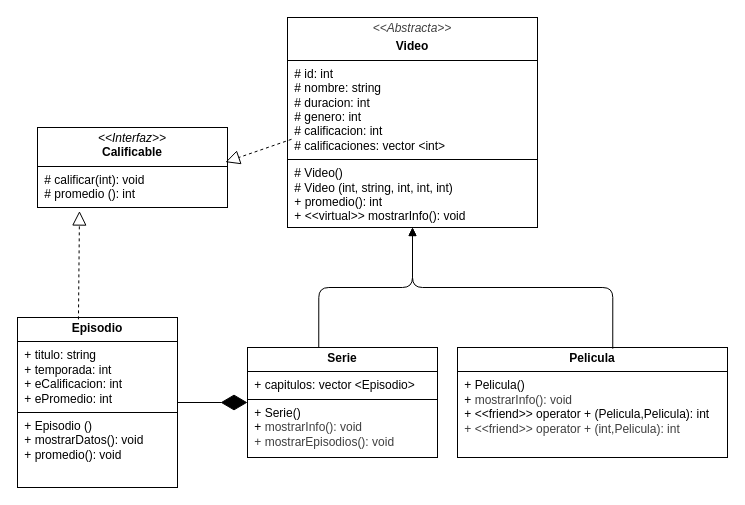
The draw.io diagram uml.drawio in a01803027/ProyectofinalRegiJin, before the edit. Source tidied: cells renumbered, new cells numbered last; positions are measured from the earlier drawing's top-left corner, leaving out a move shared by most shapes. Both pictures are drawn from the tidied source at 100%, with x=0, y=0 at pixel (17, 17).
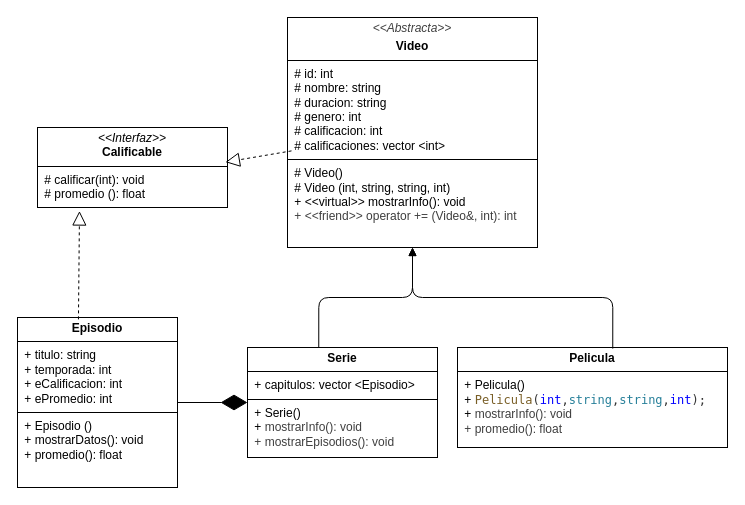
The same diagram, later.

Change to the diagram source:
```diff
@@
 <mxGraphModel>
   <root>
     <mxCell id="0" />
     <mxCell id="1" parent="0" />
-    <mxCell id="2" value="&lt;p style=&quot;margin:0px;margin-top:4px;text-align:center;&quot;&gt;&lt;i&gt;&amp;lt;&amp;lt;Interfaz&amp;gt;&amp;gt;&lt;/i&gt;&lt;br&gt;&lt;b&gt;Calificable&lt;/b&gt;&lt;/p&gt;&lt;hr size=&quot;1&quot; style=&quot;border-style:solid;&quot;&gt;&lt;p style=&quot;margin:0px;margin-left:4px;&quot;&gt;&amp;nbsp;# calificar(int): void&lt;br&gt;&amp;nbsp;# promedio (): int&lt;/p&gt;" style="verticalAlign=top;align=left;overflow=fill;html=1;whiteSpace=wrap;" parent="1" vertex="1">
+    <mxCell id="2" value="&lt;p style=&quot;margin:0px;margin-top:4px;text-align:center;&quot;&gt;&lt;i&gt;&amp;lt;&amp;lt;Interfaz&amp;gt;&amp;gt;&lt;/i&gt;&lt;br&gt;&lt;b&gt;Calificable&lt;/b&gt;&lt;/p&gt;&lt;hr size=&quot;1&quot; style=&quot;border-style:solid;&quot;&gt;&lt;p style=&quot;margin:0px;margin-left:4px;&quot;&gt;&amp;nbsp;# calificar(int): void&lt;br&gt;&amp;nbsp;# promedio (): float&lt;/p&gt;" style="verticalAlign=top;align=left;overflow=fill;html=1;whiteSpace=wrap;" parent="1" vertex="1">
       <mxGeometry x="20" y="110" width="190" height="80" as="geometry" />
     </mxCell>
-    <mxCell id="3" value="&lt;p style=&quot;margin:0px;margin-top:4px;text-align:center;&quot;&gt;&lt;i style=&quot;background-color: transparent; color: rgb(63, 63, 63); scrollbar-color: light-dark(#e2e2e2, #4b4b4b)&lt;br/&gt;&#9;&#9;&#9;&#9;&#9;light-dark(#fbfbfb, var(--dark-panel-color));&quot;&gt;&amp;lt;&amp;lt;Abstracta&amp;gt;&amp;gt;&lt;/i&gt;&lt;/p&gt;&lt;p style=&quot;margin:0px;margin-top:4px;text-align:center;&quot;&gt;&lt;b&gt;Video&lt;/b&gt;&lt;/p&gt;&lt;hr size=&quot;1&quot; style=&quot;border-style:solid;&quot;&gt;&lt;p style=&quot;margin:0px;margin-left:4px;&quot;&gt;&amp;nbsp;# id: int&lt;/p&gt;&lt;p style=&quot;margin:0px;margin-left:4px;&quot;&gt;&amp;nbsp;# nombre: string&lt;/p&gt;&lt;p style=&quot;margin:0px;margin-left:4px;&quot;&gt;&amp;nbsp;# duracion: int&lt;/p&gt;&lt;p style=&quot;margin:0px;margin-left:4px;&quot;&gt;&amp;nbsp;# genero: int&lt;/p&gt;&lt;p style=&quot;margin:0px;margin-left:4px;&quot;&gt;&amp;nbsp;# calificacion: int&lt;/p&gt;&lt;p style=&quot;margin:0px;margin-left:4px;&quot;&gt;&amp;nbsp;# calificaciones: vector &amp;lt;int&amp;gt;&lt;/p&gt;&lt;hr size=&quot;1&quot; style=&quot;border-style:solid;&quot;&gt;&lt;p style=&quot;margin:0px;margin-left:4px;&quot;&gt;&amp;nbsp;# Video()&lt;/p&gt;&lt;p style=&quot;margin:0px;margin-left:4px;&quot;&gt;&amp;nbsp;# Video (int, string, int, int, int)&lt;/p&gt;&lt;p style=&quot;margin:0px;margin-left:4px;&quot;&gt;&amp;nbsp;+ promedio(): int&lt;/p&gt;&lt;p style=&quot;margin:0px;margin-left:4px;&quot;&gt;&amp;nbsp;+ &amp;lt;&amp;lt;virtual&amp;gt;&amp;gt; mostrarInfo(): void&lt;/p&gt;&lt;p style=&quot;margin:0px;margin-left:4px;&quot;&gt;&lt;br&gt;&lt;/p&gt;" style="verticalAlign=top;align=left;overflow=fill;html=1;whiteSpace=wrap;" parent="1" vertex="1">
-      <mxGeometry x="270" width="250" height="210" as="geometry" />
+    <mxCell id="3" value="&lt;p style=&quot;margin:0px;margin-top:4px;text-align:center;&quot;&gt;&lt;i style=&quot;background-color: transparent; color: rgb(63, 63, 63); scrollbar-color: light-dark(#e2e2e2, #4b4b4b)&lt;br/&gt;&#9;&#9;&#9;&#9;&#9;light-dark(#fbfbfb, var(--dark-panel-color));&quot;&gt;&amp;lt;&amp;lt;Abstracta&amp;gt;&amp;gt;&lt;/i&gt;&lt;/p&gt;&lt;p style=&quot;margin:0px;margin-top:4px;text-align:center;&quot;&gt;&lt;b&gt;Video&lt;/b&gt;&lt;/p&gt;&lt;hr size=&quot;1&quot; style=&quot;border-style:solid;&quot;&gt;&lt;p style=&quot;margin:0px;margin-left:4px;&quot;&gt;&amp;nbsp;# id: int&lt;/p&gt;&lt;p style=&quot;margin:0px;margin-left:4px;&quot;&gt;&amp;nbsp;# nombre: string&lt;/p&gt;&lt;p style=&quot;margin:0px;margin-left:4px;&quot;&gt;&amp;nbsp;# duracion: string&lt;/p&gt;&lt;p style=&quot;margin:0px;margin-left:4px;&quot;&gt;&amp;nbsp;# genero: int&lt;/p&gt;&lt;p style=&quot;margin:0px;margin-left:4px;&quot;&gt;&amp;nbsp;# calificacion: int&lt;/p&gt;&lt;p style=&quot;margin:0px;margin-left:4px;&quot;&gt;&amp;nbsp;# calificaciones: vector &amp;lt;int&amp;gt;&lt;/p&gt;&lt;hr size=&quot;1&quot; style=&quot;border-style:solid;&quot;&gt;&lt;p style=&quot;margin:0px;margin-left:4px;&quot;&gt;&amp;nbsp;# Video()&lt;/p&gt;&lt;p style=&quot;margin:0px;margin-left:4px;&quot;&gt;&amp;nbsp;# Video (int, string, string, int)&lt;/p&gt;&lt;p style=&quot;margin:0px;margin-left:4px;&quot;&gt;&amp;nbsp;+ &amp;lt;&amp;lt;virtual&amp;gt;&amp;gt; mostrarInfo(): void&lt;/p&gt;&lt;p style=&quot;margin:0px;margin-left:4px;&quot;&gt;&amp;nbsp;&lt;span style=&quot;color: rgb(63, 63, 63); background-color: transparent;&quot;&gt;+ &amp;lt;&amp;lt;friend&amp;gt;&amp;gt; operator += (Video&amp;amp;, int): int&lt;/span&gt;&lt;/p&gt;" style="verticalAlign=top;align=left;overflow=fill;html=1;whiteSpace=wrap;" parent="1" vertex="1">
+      <mxGeometry x="270" width="250" height="230" as="geometry" />
     </mxCell>
-    <mxCell id="4" value="&lt;p style=&quot;margin:0px;margin-top:4px;text-align:center;&quot;&gt;&lt;b&gt;Episodio&lt;/b&gt;&lt;/p&gt;&lt;hr size=&quot;1&quot; style=&quot;border-style:solid;&quot;&gt;&lt;p style=&quot;margin:0px;margin-left:4px;&quot;&gt;&amp;nbsp;&lt;span style=&quot;background-color: transparent;&quot;&gt;+ titulo: string&lt;/span&gt;&lt;/p&gt;&lt;p style=&quot;margin:0px;margin-left:4px;&quot;&gt;&lt;span style=&quot;background-color: transparent;&quot;&gt;&amp;nbsp;+ temporada: int&lt;/span&gt;&lt;/p&gt;&lt;p style=&quot;margin:0px;margin-left:4px;&quot;&gt;&amp;nbsp;+ eCalificacion: int&lt;/p&gt;&lt;p style=&quot;margin:0px;margin-left:4px;&quot;&gt;&amp;nbsp;+ ePromedio: int&lt;/p&gt;&lt;hr size=&quot;1&quot; style=&quot;border-style:solid;&quot;&gt;&lt;p style=&quot;margin:0px;margin-left:4px;&quot;&gt;&amp;nbsp;+ Episodio ()&lt;/p&gt;&lt;p style=&quot;margin:0px;margin-left:4px;&quot;&gt;&amp;nbsp;+ mostrarDatos(): void&lt;/p&gt;&lt;p style=&quot;margin:0px;margin-left:4px;&quot;&gt;&amp;nbsp;+ promedio(): void&lt;/p&gt;" style="verticalAlign=top;align=left;overflow=fill;html=1;whiteSpace=wrap;" parent="1" vertex="1">
+    <mxCell id="4" value="&lt;p style=&quot;margin:0px;margin-top:4px;text-align:center;&quot;&gt;&lt;b&gt;Episodio&lt;/b&gt;&lt;/p&gt;&lt;hr size=&quot;1&quot; style=&quot;border-style:solid;&quot;&gt;&lt;p style=&quot;margin:0px;margin-left:4px;&quot;&gt;&amp;nbsp;&lt;span style=&quot;background-color: transparent;&quot;&gt;+ titulo: string&lt;/span&gt;&lt;/p&gt;&lt;p style=&quot;margin:0px;margin-left:4px;&quot;&gt;&lt;span style=&quot;background-color: transparent;&quot;&gt;&amp;nbsp;+ temporada: int&lt;/span&gt;&lt;/p&gt;&lt;p style=&quot;margin:0px;margin-left:4px;&quot;&gt;&amp;nbsp;+ eCalificacion: int&lt;/p&gt;&lt;p style=&quot;margin:0px;margin-left:4px;&quot;&gt;&amp;nbsp;+ ePromedio: int&lt;/p&gt;&lt;hr size=&quot;1&quot; style=&quot;border-style:solid;&quot;&gt;&lt;p style=&quot;margin:0px;margin-left:4px;&quot;&gt;&amp;nbsp;+ Episodio ()&lt;/p&gt;&lt;p style=&quot;margin:0px;margin-left:4px;&quot;&gt;&amp;nbsp;+ mostrarDatos(): void&lt;/p&gt;&lt;p style=&quot;margin:0px;margin-left:4px;&quot;&gt;&amp;nbsp;+ promedio(): float&lt;/p&gt;" style="verticalAlign=top;align=left;overflow=fill;html=1;whiteSpace=wrap;" parent="1" vertex="1">
       <mxGeometry y="300" width="160" height="170" as="geometry" />
     </mxCell>
     <mxCell id="5" value="&lt;p style=&quot;margin:0px;margin-top:4px;text-align:center;&quot;&gt;&lt;b&gt;Serie&lt;/b&gt;&lt;/p&gt;&lt;hr size=&quot;1&quot; style=&quot;border-style:solid;&quot;&gt;&lt;p style=&quot;margin:0px;margin-left:4px;&quot;&gt;&amp;nbsp;+ capitulos: vector &amp;lt;Episodio&amp;gt;&lt;/p&gt;&lt;hr size=&quot;1&quot; style=&quot;border-style:solid;&quot;&gt;&lt;p style=&quot;margin:0px;margin-left:4px;&quot;&gt;&amp;nbsp;+ Serie()&lt;/p&gt;&lt;p style=&quot;margin:0px;margin-left:4px;&quot;&gt;&lt;span style=&quot;background-color: transparent;&quot;&gt;&amp;nbsp;+&amp;nbsp;&lt;/span&gt;&lt;span style=&quot;background-color: transparent; color: rgb(63, 63, 63);&quot;&gt;mostrarInfo(): void&lt;/span&gt;&lt;/p&gt;&lt;p style=&quot;margin:0px;margin-left:4px;&quot;&gt;&lt;span style=&quot;background-color: transparent; color: rgb(63, 63, 63);&quot;&gt;&amp;nbsp;+ mostrarEpisodios(): void&lt;/span&gt;&lt;/p&gt;" style="verticalAlign=top;align=left;overflow=fill;html=1;whiteSpace=wrap;" parent="1" vertex="1">
       <mxGeometry x="230" y="330" width="190" height="110" as="geometry" />
     </mxCell>
-    <mxCell id="6" value="&lt;p style=&quot;margin:0px;margin-top:4px;text-align:center;&quot;&gt;&lt;b&gt;Pelicula&lt;/b&gt;&lt;/p&gt;&lt;hr size=&quot;1&quot; style=&quot;border-style:solid;&quot;&gt;&lt;p style=&quot;margin:0px;margin-left:4px;&quot;&gt;&lt;/p&gt;&lt;p style=&quot;margin:0px;margin-left:4px;&quot;&gt;&amp;nbsp;+ Pelicula()&lt;/p&gt;&lt;p style=&quot;margin:0px;margin-left:4px;&quot;&gt;&amp;nbsp;+&amp;nbsp;&lt;span style=&quot;color: rgb(63, 63, 63); background-color: transparent;&quot;&gt;mostrarInfo(): void&lt;/span&gt;&lt;/p&gt;&lt;p style=&quot;scrollbar-color: light-dark(#e2e2e2, #4b4b4b)&lt;br/&gt;&#9;&#9;&#9;&#9;&#9;light-dark(#fbfbfb, var(--dark-panel-color)); margin: 0px 0px 0px 4px;&quot;&gt;&amp;nbsp;+ &amp;lt;&amp;lt;friend&amp;gt;&amp;gt; operator + (Pelicula,Pelicula): int&lt;/p&gt;&lt;p style=&quot;margin:0px;margin-left:4px;&quot;&gt;&lt;span style=&quot;background-color: transparent; color: rgb(63, 63, 63);&quot;&gt;&lt;/span&gt;&lt;/p&gt;&lt;p style=&quot;scrollbar-color: light-dark(#e2e2e2, #4b4b4b)&lt;br/&gt;&#9;&#9;&#9;&#9;&#9;light-dark(#fbfbfb, var(--dark-panel-color)); margin: 0px 0px 0px 4px;&quot;&gt;&lt;span style=&quot;scrollbar-color: light-dark(#e2e2e2, #4b4b4b)&lt;br/&gt;&#9;&#9;&#9;&#9;&#9;light-dark(#fbfbfb, var(--dark-panel-color)); color: rgb(63, 63, 63);&quot;&gt;&amp;nbsp;+ &amp;lt;&amp;lt;friend&amp;gt;&amp;gt; operator + (int,Pelicula): int&lt;/span&gt;&lt;/p&gt;" style="verticalAlign=top;align=left;overflow=fill;html=1;whiteSpace=wrap;" parent="1" vertex="1">
-      <mxGeometry x="440" y="330" width="270" height="110" as="geometry" />
+    <mxCell id="6" value="&lt;p style=&quot;margin:0px;margin-top:4px;text-align:center;&quot;&gt;&lt;b&gt;Pelicula&lt;/b&gt;&lt;/p&gt;&lt;hr size=&quot;1&quot; style=&quot;border-style:solid;&quot;&gt;&lt;p style=&quot;margin:0px;margin-left:4px;&quot;&gt;&lt;/p&gt;&lt;p style=&quot;margin:0px;margin-left:4px;&quot;&gt;&amp;nbsp;+ Pelicula()&lt;/p&gt;&lt;p style=&quot;margin:0px;margin-left:4px;&quot;&gt;&amp;nbsp;+&amp;nbsp;&lt;span style=&quot;font-family: Menlo, Monaco, &amp;quot;Courier New&amp;quot;, monospace; white-space: pre; color: rgb(121, 94, 38);&quot;&gt;Pelicula&lt;/span&gt;&lt;span style=&quot;color: rgb(51, 51, 51); font-family: Menlo, Monaco, &amp;quot;Courier New&amp;quot;, monospace; white-space: pre;&quot;&gt;(&lt;/span&gt;&lt;span style=&quot;font-family: Menlo, Monaco, &amp;quot;Courier New&amp;quot;, monospace; white-space: pre; color: rgb(0, 0, 255);&quot;&gt;int&lt;/span&gt;&lt;span style=&quot;color: rgb(51, 51, 51); font-family: Menlo, Monaco, &amp;quot;Courier New&amp;quot;, monospace; white-space: pre;&quot;&gt;,&lt;/span&gt;&lt;span style=&quot;font-family: Menlo, Monaco, &amp;quot;Courier New&amp;quot;, monospace; white-space: pre; color: rgb(38, 127, 153);&quot;&gt;string&lt;/span&gt;&lt;span style=&quot;color: rgb(51, 51, 51); font-family: Menlo, Monaco, &amp;quot;Courier New&amp;quot;, monospace; white-space: pre;&quot;&gt;,&lt;/span&gt;&lt;span style=&quot;font-family: Menlo, Monaco, &amp;quot;Courier New&amp;quot;, monospace; white-space: pre; color: rgb(38, 127, 153);&quot;&gt;string&lt;/span&gt;&lt;span style=&quot;color: rgb(51, 51, 51); font-family: Menlo, Monaco, &amp;quot;Courier New&amp;quot;, monospace; white-space: pre;&quot;&gt;,&lt;/span&gt;&lt;span style=&quot;font-family: Menlo, Monaco, &amp;quot;Courier New&amp;quot;, monospace; white-space: pre; color: rgb(0, 0, 255);&quot;&gt;int&lt;/span&gt;&lt;span style=&quot;color: rgb(51, 51, 51); font-family: Menlo, Monaco, &amp;quot;Courier New&amp;quot;, monospace; white-space: pre;&quot;&gt;);&lt;/span&gt;&lt;/p&gt;&lt;p style=&quot;margin:0px;margin-left:4px;&quot;&gt;&amp;nbsp;+&amp;nbsp;&lt;span style=&quot;color: rgb(63, 63, 63); background-color: transparent;&quot;&gt;mostrarInfo(): void&lt;/span&gt;&lt;/p&gt;&lt;p style=&quot;margin:0px;margin-left:4px;&quot;&gt;&lt;span style=&quot;color: rgb(63, 63, 63); background-color: transparent;&quot;&gt;&lt;span style=&quot;color: rgb(63, 63, 63);&quot;&gt;&amp;nbsp;+ promedio(): float&lt;/span&gt;&lt;/span&gt;&lt;/p&gt;&lt;p style=&quot;margin:0px;margin-left:4px;&quot;&gt;&lt;span style=&quot;background-color: transparent; color: rgb(63, 63, 63);&quot;&gt;&lt;/span&gt;&lt;/p&gt;&lt;p style=&quot;scrollbar-color: light-dark(#e2e2e2, #4b4b4b)&lt;br/&gt;&#9;&#9;&#9;&#9;&#9;light-dark(#fbfbfb, var(--dark-panel-color)); margin: 0px 0px 0px 4px;&quot;&gt;&lt;span style=&quot;scrollbar-color: light-dark(#e2e2e2, #4b4b4b)&lt;br/&gt;&#9;&#9;&#9;&#9;&#9;light-dark(#fbfbfb, var(--dark-panel-color)); color: rgb(63, 63, 63);&quot;&gt;&amp;nbsp;&lt;/span&gt;&lt;/p&gt;" style="verticalAlign=top;align=left;overflow=fill;html=1;whiteSpace=wrap;" parent="1" vertex="1">
+      <mxGeometry x="440" y="330" width="270" height="100" as="geometry" />
     </mxCell>
     <mxCell id="7" style="endArrow=block;dashed=1;endFill=0;endSize=12;html=1;exitX=0.381;exitY=0.011;exitDx=0;exitDy=0;entryX=0.221;entryY=1.044;entryDx=0;entryDy=0;entryPerimeter=0;exitPerimeter=0;" parent="1" edge="1" source="4" target="2">
       <mxGeometry relative="1" as="geometry" />
     </mxCell>
     <mxCell id="8" style="endArrow=block;dashed=1;endFill=0;endSize=12;html=1;entryX=0.989;entryY=0.433;entryDx=0;entryDy=0;entryPerimeter=0;exitX=0.016;exitY=0.58;exitDx=0;exitDy=0;exitPerimeter=0;" parent="1" edge="1" source="3" target="2">
       <mxGeometry relative="1" as="geometry" />
     </mxCell>
     <mxCell id="9" style="endArrow=diamondThin;endFill=1;endSize=24;html=1;exitX=1;exitY=0.5;exitDx=0;exitDy=0;entryX=0;entryY=0.5;entryDx=0;entryDy=0;" parent="1" edge="1" source="4" target="5">
       <mxGeometry relative="1" as="geometry" />
     </mxCell>
     <mxCell id="10" style="endArrow=block;endFill=1;html=1;edgeStyle=orthogonalEdgeStyle;align=left;verticalAlign=top;exitX=0.375;exitY=0;exitDx=0;exitDy=0;exitPerimeter=0;" parent="1" edge="1" source="5" target="3">
       <mxGeometry x="-1" relative="1" as="geometry" />
     </mxCell>
     <mxCell id="11" style="endArrow=block;endFill=1;html=1;edgeStyle=orthogonalEdgeStyle;align=left;verticalAlign=top;exitX=0.575;exitY=0.011;exitDx=0;exitDy=0;exitPerimeter=0;entryX=0.5;entryY=1;entryDx=0;entryDy=0;" parent="1" edge="1" source="6" target="3">
       <mxGeometry x="-1" relative="1" as="geometry" />
     </mxCell>
   </root>
 </mxGraphModel>
```
